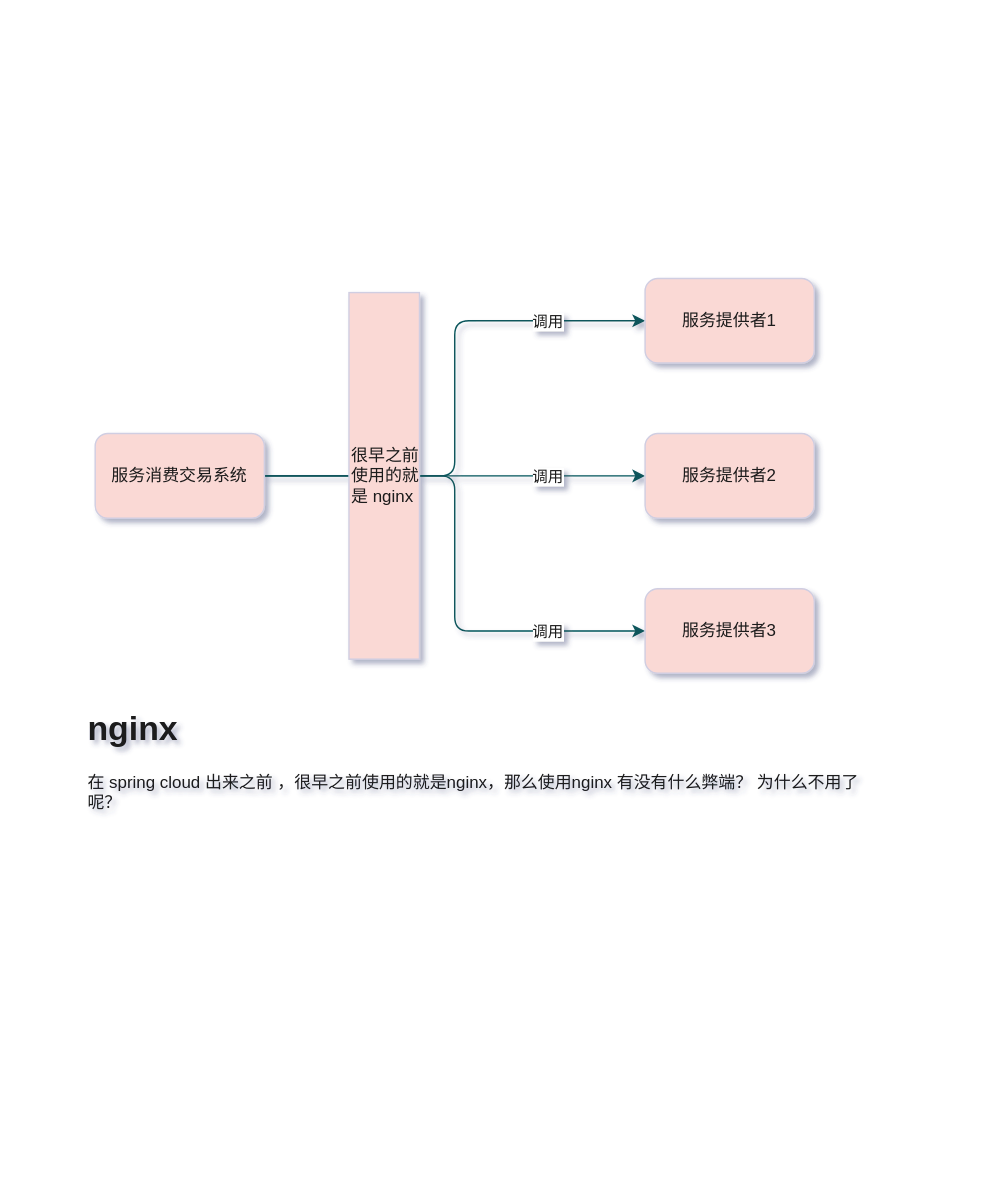
This is flow/注册中心与服务注册.drawio from songyongzhan/diagrams, a draw.io file, before an edit. Source tidied: cells renumbered, new cells numbered last; positions are measured from the earlier drawing's top-left corner, leaving out a move shared by most shapes. Both pictures are drawn from the tidied source at 141%, with x=0, y=0 at pixel (80, 278).
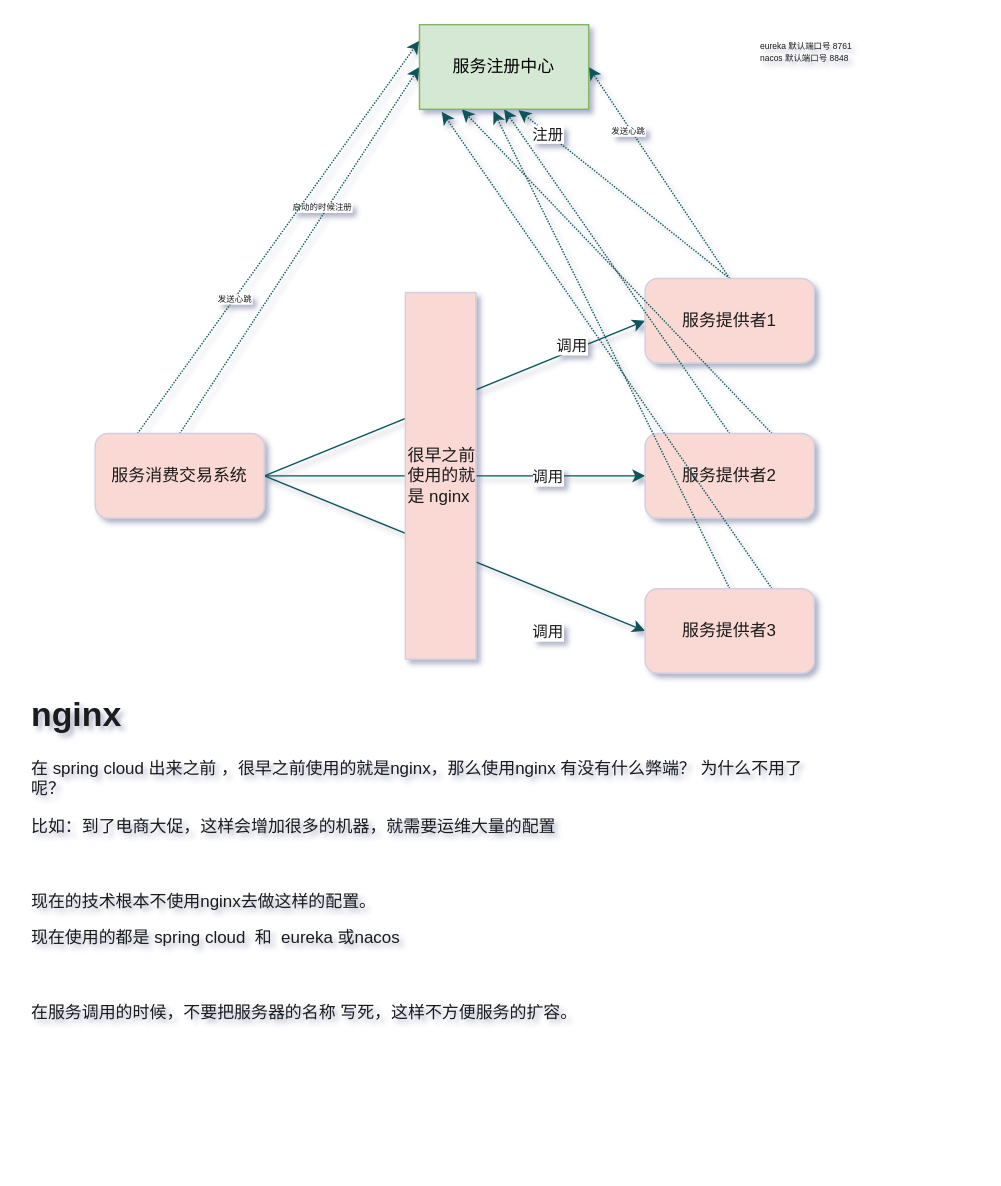
The same diagram, later.

Commit message (it also covers changes not shown here):
更新注册中心与服务注册.drawio

The change refers to these unchanged cells:
```xml
<mxCell id="6" value="服务消费交易系统" style="whiteSpace=wrap;html=1;fillColor=#FAD9D5;strokeColor=#D0CEE2;fontColor=#1A1A1A;rounded=1;" parent="1" vertex="1">
  <mxGeometry x="10" y="110" width="120" height="60" as="geometry" />
</mxCell>
<mxCell id="7" value="服务提供者1" style="rounded=1;whiteSpace=wrap;html=1;sketch=0;strokeColor=#D0CEE2;fillColor=#FAD9D5;fontColor=#1A1A1A;align=center;" parent="1" vertex="1">
  <mxGeometry x="400" width="120" height="60" as="geometry" />
</mxCell>
<mxCell id="8" value="服务提供者2" style="rounded=1;whiteSpace=wrap;html=1;sketch=0;strokeColor=#D0CEE2;fillColor=#FAD9D5;fontColor=#1A1A1A;align=center;" parent="1" vertex="1">
  <mxGeometry x="400" y="110" width="120" height="60" as="geometry" />
</mxCell>
<mxCell id="9" value="服务提供者3" style="rounded=1;whiteSpace=wrap;html=1;sketch=0;strokeColor=#D0CEE2;fillColor=#FAD9D5;fontColor=#1A1A1A;align=center;" parent="1" vertex="1">
  <mxGeometry x="400" y="220" width="120" height="60" as="geometry" />
</mxCell>
```

Change to the diagram source:
```diff
@@
-    <mxCell id="2" style="edgeStyle=orthogonalEdgeStyle;curved=0;rounded=1;sketch=0;jettySize=auto;html=1;exitX=1;exitY=0.5;exitDx=0;exitDy=0;entryX=0;entryY=0.5;entryDx=0;entryDy=0;strokeColor=#09555B;fontColor=#1A1A1A;" parent="1" edge="1" source="6" target="7">
+    <mxCell id="2" style="rounded=1;sketch=0;jettySize=auto;html=1;exitX=1;exitY=0.5;exitDx=0;exitDy=0;entryX=0;entryY=0.5;entryDx=0;entryDy=0;strokeColor=#09555B;fontColor=#1A1A1A;" parent="1" edge="1" source="6" target="7">
       <mxGeometry relative="1" as="geometry" />
     </mxCell>
@@
-    <mxCell id="4" style="edgeStyle=orthogonalEdgeStyle;curved=0;rounded=1;sketch=0;jettySize=auto;html=1;exitX=1;exitY=0.5;exitDx=0;exitDy=0;entryX=0;entryY=0.5;entryDx=0;entryDy=0;strokeColor=#09555B;fontColor=#1A1A1A;" parent="1" edge="1" source="6" target="8">
+    <mxCell id="4" style="rounded=1;sketch=0;jettySize=auto;html=1;exitX=1;exitY=0.5;exitDx=0;exitDy=0;entryX=0;entryY=0.5;entryDx=0;entryDy=0;strokeColor=#09555B;fontColor=#1A1A1A;" parent="1" edge="1" source="6" target="8">
       <mxGeometry relative="1" as="geometry" />
     </mxCell>
-    <mxCell id="5" style="edgeStyle=orthogonalEdgeStyle;rounded=1;sketch=0;jettySize=auto;html=1;exitX=1;exitY=0.5;exitDx=0;exitDy=0;entryX=0;entryY=0.5;entryDx=0;entryDy=0;strokeColor=#09555B;fontColor=#1A1A1A;" parent="1" edge="1" source="6" target="9">
+    <mxCell id="5" style="rounded=1;sketch=0;jettySize=auto;html=1;exitX=1;exitY=0.5;exitDx=0;exitDy=0;entryX=0;entryY=0.5;entryDx=0;entryDy=0;strokeColor=#09555B;fontColor=#1A1A1A;" parent="1" edge="1" source="6" target="9">
       <mxGeometry relative="1" as="geometry" />
     </mxCell>
+    <mxCell id="14" style="edgeStyle=none;rounded=1;sketch=0;jettySize=auto;html=1;exitX=0.5;exitY=0;exitDx=0;exitDy=0;entryX=0;entryY=0.5;entryDx=0;entryDy=0;dashed=1;dashPattern=1 1;strokeColor=#09555B;fontSize=6;fontColor=#1A1A1A;" parent="1" edge="1" source="6" target="26">
+      <mxGeometry relative="1" as="geometry" />
+    </mxCell>
+    <mxCell id="15" value="启动的时候注册" style="edgeLabel;html=1;align=center;verticalAlign=middle;fontSize=6;fontColor=#1A1A1A;" parent="14" vertex="1">
+      <mxGeometry x="0.37" y="-1" relative="1" as="geometry">
+        <mxPoint x="-17.2" y="17.4" as="offset" />
+      </mxGeometry>
+    </mxCell>
+    <mxCell id="16" style="edgeStyle=none;rounded=1;sketch=0;jettySize=auto;html=1;exitX=0.25;exitY=0;exitDx=0;exitDy=0;entryX=-0.001;entryY=0.19;entryDx=0;entryDy=0;entryPerimeter=0;dashed=1;dashPattern=1 1;strokeColor=#09555B;fontSize=6;fontColor=#1A1A1A;" parent="1" edge="1" source="6" target="26">
+      <mxGeometry relative="1" as="geometry" />
+    </mxCell>
+    <mxCell id="17" value="发送心跳" style="edgeLabel;html=1;align=center;verticalAlign=middle;fontSize=6;fontColor=#1A1A1A;" parent="16" vertex="1">
+      <mxGeometry x="-0.31" relative="1" as="geometry" />
+    </mxCell>
@@
+    <mxCell id="18" style="edgeStyle=none;rounded=1;sketch=0;jettySize=auto;html=1;exitX=0.5;exitY=0;exitDx=0;exitDy=0;entryX=0.585;entryY=1.01;entryDx=0;entryDy=0;entryPerimeter=0;strokeColor=#09555B;fontColor=#1A1A1A;dashed=1;dashPattern=1 1;" parent="1" edge="1" source="7" target="26">
+      <mxGeometry relative="1" as="geometry" />
+    </mxCell>
+    <mxCell id="19" value="注册" style="edgeLabel;html=1;align=center;verticalAlign=middle;fontColor=#1A1A1A;" parent="18" vertex="1">
+      <mxGeometry x="0.72" relative="1" as="geometry" />
+    </mxCell>
+    <mxCell id="20" style="edgeStyle=none;rounded=1;sketch=0;jettySize=auto;html=1;exitX=0.5;exitY=0;exitDx=0;exitDy=0;entryX=1;entryY=0.5;entryDx=0;entryDy=0;dashed=1;dashPattern=1 1;strokeColor=#09555B;fontSize=6;fontColor=#1A1A1A;" parent="1" edge="1" source="7" target="26">
+      <mxGeometry relative="1" as="geometry" />
+    </mxCell>
+    <mxCell id="21" value="发送心跳" style="edgeLabel;html=1;align=center;verticalAlign=middle;fontSize=6;fontColor=#1A1A1A;" parent="20" vertex="1">
+      <mxGeometry x="0.41" y="2" relative="1" as="geometry" />
+    </mxCell>
@@
+    <mxCell id="22" style="edgeStyle=none;rounded=1;sketch=0;jettySize=auto;html=1;exitX=0.5;exitY=0;exitDx=0;exitDy=0;entryX=0.5;entryY=1;entryDx=0;entryDy=0;dashed=1;dashPattern=1 1;strokeColor=#09555B;fontSize=6;fontColor=#1A1A1A;" parent="1" edge="1" source="8" target="26">
+      <mxGeometry relative="1" as="geometry" />
+    </mxCell>
+    <mxCell id="23" style="edgeStyle=none;rounded=1;sketch=0;jettySize=auto;html=1;exitX=0.75;exitY=0;exitDx=0;exitDy=0;entryX=0.25;entryY=1;entryDx=0;entryDy=0;dashed=1;dashPattern=1 1;strokeColor=#09555B;fontSize=6;fontColor=#1A1A1A;" parent="1" edge="1" source="8" target="26">
+      <mxGeometry relative="1" as="geometry" />
+    </mxCell>
@@
+    <mxCell id="24" style="edgeStyle=none;rounded=1;sketch=0;jettySize=auto;html=1;exitX=0.5;exitY=0;exitDx=0;exitDy=0;entryX=0.437;entryY=1.019;entryDx=0;entryDy=0;entryPerimeter=0;dashed=1;dashPattern=1 1;strokeColor=#09555B;fontSize=6;fontColor=#1A1A1A;" parent="1" edge="1" source="9" target="26">
+      <mxGeometry relative="1" as="geometry" />
+    </mxCell>
+    <mxCell id="25" style="edgeStyle=none;rounded=1;sketch=0;jettySize=auto;html=1;exitX=0.75;exitY=0;exitDx=0;exitDy=0;entryX=0.132;entryY=1.029;entryDx=0;entryDy=0;entryPerimeter=0;dashed=1;dashPattern=1 1;strokeColor=#09555B;fontSize=6;fontColor=#1A1A1A;" parent="1" edge="1" source="9" target="26">
+      <mxGeometry relative="1" as="geometry" />
+    </mxCell>
@@
     <mxCell id="12" value="很早之前使用的就是 nginx" style="rounded=0;whiteSpace=wrap;html=1;sketch=0;strokeColor=#D0CEE2;fillColor=#FAD9D5;fontColor=#1A1A1A;align=left;" parent="1" vertex="1">
-      <mxGeometry x="190" y="10" width="50" height="260" as="geometry" />
+      <mxGeometry x="230" y="10" width="50" height="260" as="geometry" />
     </mxCell>
-    <mxCell id="13" value="&lt;h1&gt;nginx&lt;/h1&gt;&lt;p&gt;在 spring cloud 出来之前 ，很早之前使用的就是nginx，那么使用nginx 有没有什么弊端？ 为什么不用了呢？&lt;br&gt;&lt;/p&gt;" style="text;html=1;strokeColor=none;fillColor=none;spacing=5;spacingTop=-20;whiteSpace=wrap;overflow=hidden;rounded=0;sketch=0;fontColor=#1A1A1A;align=left;" parent="1" vertex="1">
-      <mxGeometry y="300" width="570" height="130" as="geometry" />
+    <mxCell id="13" value="&lt;h1&gt;nginx&lt;/h1&gt;&lt;p&gt;在 spring cloud 出来之前 ，很早之前使用的就是nginx，那么使用nginx 有没有什么弊端？ 为什么不用了呢？&lt;br&gt;&lt;/p&gt;&lt;p&gt;比如：到了电商大促，这样会增加很多的机器，就需要运维大量的配置&lt;/p&gt;&lt;p&gt;&lt;br&gt;&lt;/p&gt;&lt;p&gt;现在的技术根本不使用nginx去做这样的配置。&lt;/p&gt;&lt;p&gt;现在使用的都是 spring cloud&amp;nbsp; 和&amp;nbsp; eureka 或nacos&amp;nbsp;&lt;/p&gt;&lt;p&gt;&lt;br&gt;&lt;/p&gt;&lt;p&gt;在服务调用的时候，不要把服务器的名称 写死，这样不方便服务的扩容。&lt;/p&gt;&lt;p&gt;&lt;br&gt;&lt;/p&gt;&lt;p&gt;&lt;br&gt;&lt;/p&gt;&lt;p&gt;&lt;br&gt;&lt;/p&gt;&lt;p&gt;&lt;br&gt;&lt;/p&gt;&lt;p&gt;&lt;br&gt;&lt;/p&gt;&lt;p&gt;&lt;br&gt;&lt;/p&gt;&lt;p&gt;&lt;br&gt;&lt;/p&gt;" style="text;html=1;strokeColor=none;fillColor=none;spacing=5;spacingTop=-20;whiteSpace=wrap;overflow=hidden;rounded=0;sketch=0;fontColor=#1A1A1A;align=left;" parent="1" vertex="1">
+      <mxGeometry x="-40" y="290" width="570" height="330" as="geometry" />
     </mxCell>
+    <mxCell id="26" value="服务注册中心" style="rounded=0;whiteSpace=wrap;html=1;sketch=0;strokeColor=#82b366;fillColor=#d5e8d4;align=center;" parent="1" vertex="1">
+      <mxGeometry x="240" y="-180" width="120" height="60" as="geometry" />
+    </mxCell>
+    <mxCell id="27" value="eureka 默认端口号 8761&amp;nbsp;&lt;br&gt;nacos 默认端口号 8848" style="text;html=1;strokeColor=none;fillColor=none;align=left;verticalAlign=middle;whiteSpace=wrap;rounded=0;sketch=0;fontSize=6;fontColor=#1A1A1A;" parent="1" vertex="1">
+      <mxGeometry x="480" y="-180" width="150" height="40" as="geometry" />
+    </mxCell>
```
